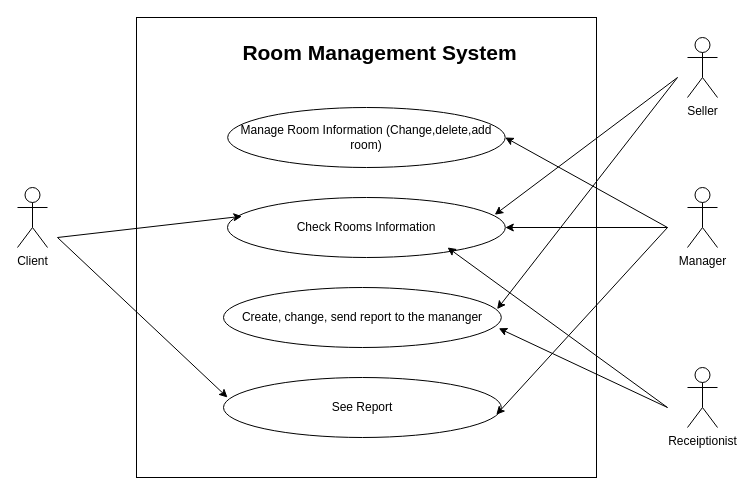
This is Room-Management.drawio from DuongHoang2111/se-mid-term, a draw.io file, before an edit. Source tidied: cells renumbered, new cells numbered last; positions are measured from the earlier drawing's top-left corner, leaving out a move shared by most shapes. Both pictures are drawn from the tidied source at 100%, with x=0, y=0 at pixel (17, 17).
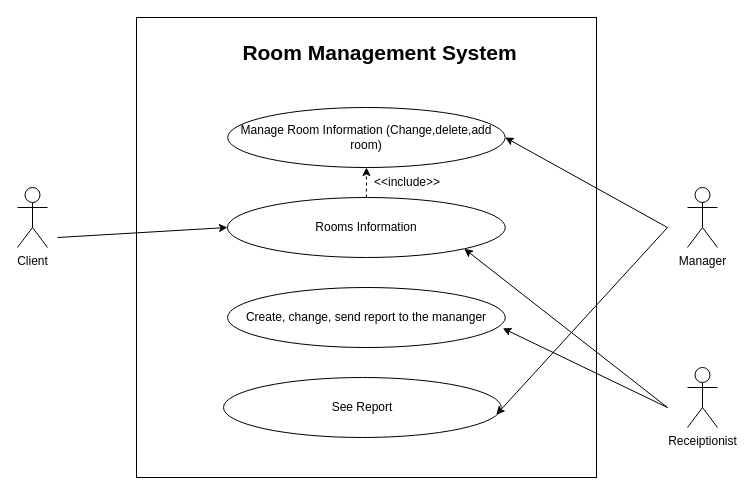
The same diagram, later.

Unchanged cells that the change refers to:
```xml
<mxCell id="3" value="Manage Room Information (Change,delete,add room)" style="ellipse;whiteSpace=wrap;html=1;" parent="1" vertex="1">
  <mxGeometry x="210.2" y="90" width="277.5" height="60" as="geometry" />
</mxCell>
```

The edit, as a diff of the source:
```diff
@@
     <mxCell id="5" value="Create, change, send report to the mananger" style="ellipse;whiteSpace=wrap;html=1;" parent="1" vertex="1">
-      <mxGeometry x="206" y="270" width="277.8" height="60" as="geometry" />
+      <mxGeometry x="210" y="270" width="277.8" height="60" as="geometry" />
     </mxCell>
-    <mxCell id="6" value="Check Rooms Information" style="ellipse;whiteSpace=wrap;html=1;" parent="1" vertex="1">
+    <mxCell id="6" value="Rooms Information" style="ellipse;whiteSpace=wrap;html=1;" parent="1" vertex="1">
       <mxGeometry x="210" y="180" width="277.8" height="60" as="geometry" />
     </mxCell>
@@
-    <mxCell id="9" style="endArrow=classic;html=1;rounded=0;" parent="1" edge="1">
-      <mxGeometry relative="1" as="geometry">
-        <mxPoint x="40" y="220" as="sourcePoint" />
-        <mxPoint x="210" y="380" as="targetPoint" />
-      </mxGeometry>
-    </mxCell>
-    <mxCell id="10" style="endArrow=classic;html=1;rounded=0;entryX=0.052;entryY=0.313;entryDx=0;entryDy=0;entryPerimeter=0;" parent="1" edge="1" target="6">
+    <mxCell id="10" style="endArrow=classic;html=1;rounded=0;entryX=0;entryY=0.5;entryDx=0;entryDy=0;" parent="1" edge="1" target="6">
       <mxGeometry relative="1" as="geometry">
         <mxPoint x="40" y="220" as="sourcePoint" />
       </mxGeometry>
     </mxCell>
@@
-    <mxCell id="13" style="endArrow=classic;html=1;rounded=0;entryX=1;entryY=0.5;entryDx=0;entryDy=0;" parent="1" edge="1" target="6">
-      <mxGeometry relative="1" as="geometry">
-        <mxPoint x="650" y="210" as="sourcePoint" />
-      </mxGeometry>
-    </mxCell>
@@
-    <mxCell id="16" style="endArrow=classic;html=1;rounded=0;entryX=0.792;entryY=0.833;entryDx=0;entryDy=0;entryPerimeter=0;" parent="1" edge="1" target="6">
+    <mxCell id="16" style="endArrow=classic;html=1;rounded=0;entryX=1;entryY=1;entryDx=0;entryDy=0;" parent="1" edge="1" target="6">
       <mxGeometry relative="1" as="geometry">
         <mxPoint x="650" y="390" as="sourcePoint" />
       </mxGeometry>
     </mxCell>
-    <mxCell id="17" value="Seller" style="shape=umlActor;verticalLabelPosition=bottom;verticalAlign=top;html=1;" parent="1" vertex="1">
-      <mxGeometry x="670" y="20" width="30" height="60" as="geometry" />
-    </mxCell>
-    <mxCell id="18" style="endArrow=classic;html=1;rounded=0;entryX=0.962;entryY=0.287;entryDx=0;entryDy=0;entryPerimeter=0;" parent="1" edge="1" target="6">
-      <mxGeometry relative="1" as="geometry">
-        <mxPoint x="660" y="60" as="sourcePoint" />
-      </mxGeometry>
-    </mxCell>
@@
-    <mxCell id="20" style="endArrow=classic;html=1;rounded=0;entryX=0.985;entryY=0.36;entryDx=0;entryDy=0;entryPerimeter=0;" parent="1" edge="1" target="5">
-      <mxGeometry relative="1" as="geometry">
-        <mxPoint x="660" y="60" as="sourcePoint" />
-      </mxGeometry>
-    </mxCell>
+    <mxCell id="21" style="endArrow=classic;html=1;rounded=0;dashed=1;" parent="1" edge="1" source="6" target="3">
+      <mxGeometry relative="1" as="geometry" />
+    </mxCell>
+    <mxCell id="22" value="&amp;lt;&amp;lt;include&amp;gt;&amp;gt;" style="text;html=1;strokeColor=none;fillColor=none;align=center;verticalAlign=middle;whiteSpace=wrap;rounded=0;" parent="1" vertex="1">
+      <mxGeometry x="360" y="150" width="60" height="30" as="geometry" />
+    </mxCell>
```
